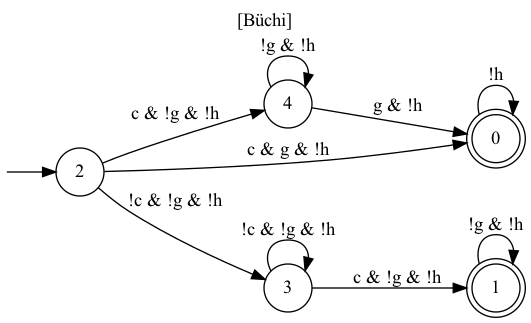
Earlier version of the Graphviz export dfa3.png (YuliiaSuprun/Task-Planning-with-TEGs). Its source is kept beside it as dfa3.dot.
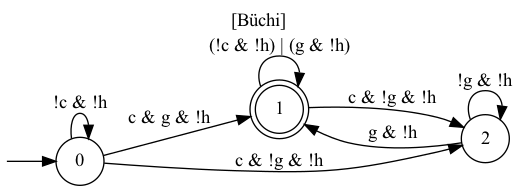
Later version of the same file.

What changed in the source:
```diff
@@ -4,19 +4,15 @@
   labelloc="t"
   node [shape="circle"]
   I [label="", style=invis, width=0]
-  I -> 2
-  0 [label="0", peripheries=2]
-  0 -> 0 [label="!h"]
+  I -> 0
+  0 [label="0"]
+  0 -> 0 [label="!c & !h"]
+  0 -> 1 [label="c & g & !h"]
+  0 -> 2 [label="c & !g & !h"]
   1 [label="1", peripheries=2]
-  1 -> 1 [label="!g & !h"]
+  1 -> 1 [label="(!c & !h) | (g & !h)"]
+  1 -> 2 [label="c & !g & !h"]
   2 [label="2"]
-  2 -> 0 [label="c & g & !h"]
-  2 -> 3 [label="!c & !g & !h"]
-  2 -> 4 [label="c & !g & !h"]
-  3 [label="3"]
-  3 -> 1 [label="c & !g & !h"]
-  3 -> 3 [label="!c & !g & !h"]
-  4 [label="4"]
-  4 -> 0 [label="g & !h"]
-  4 -> 4 [label="!g & !h"]
+  2 -> 1 [label="g & !h"]
+  2 -> 2 [label="!g & !h"]
 }
```
